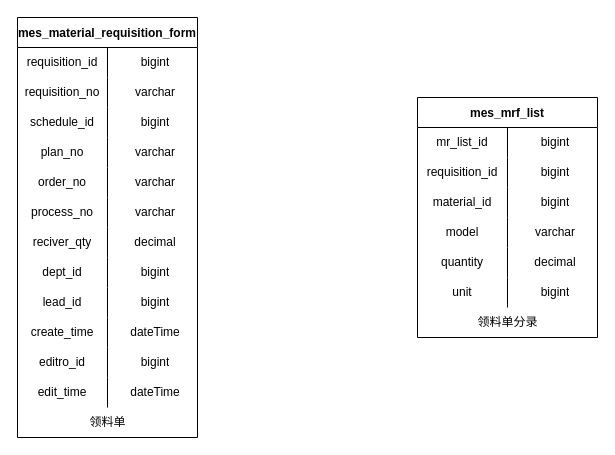
Above: page "领料单管理" (3 of 5) of 数据表.drawio in KNAI-I/test (draw.io), before the change. Source tidied: cells renumbered, new cells numbered last; positions are measured from the earlier drawing's top-left corner, leaving out a move shared by most shapes. Both pictures are drawn from the tidied source at 100%, with x=0, y=0 at pixel (17, 17).
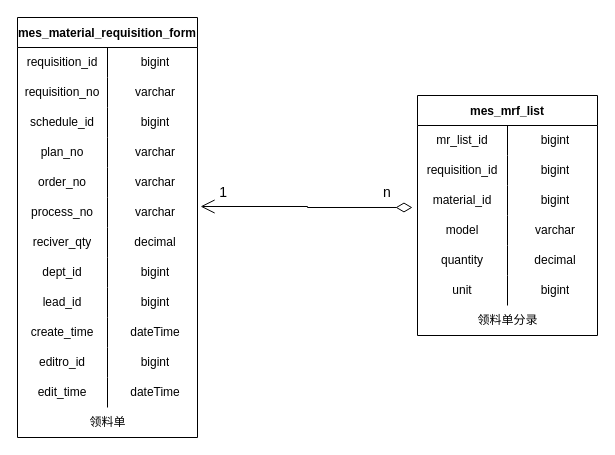
After the change.

The change refers to these unchanged cells:
```xml
<mxCell id="18" style="shape=tableRow;horizontal=0;startSize=0;swimlaneHead=0;swimlaneBody=0;top=0;left=0;bottom=0;right=0;fillColor=none;points=[[0,0.5],[1,0.5]];portConstraint=eastwest;" parent="2" vertex="1">
  <mxGeometry y="180" width="180" height="30" as="geometry" />
</mxCell>
<mxCell id="47" style="shape=tableRow;horizontal=0;startSize=0;swimlaneHead=0;swimlaneBody=0;top=0;left=0;bottom=0;right=0;fillColor=none;points=[[0,0.5],[1,0.5]];portConstraint=eastwest;" parent="40" vertex="1">
  <mxGeometry y="90" width="180" height="30" as="geometry" />
</mxCell>
```

Change to the diagram source:
```diff
@@
     <mxCell id="40" value="mes_mrf_list" style="shape=table;startSize=30;childLayout=tableLayout;rowLines=0;fontStyle=1;" parent="1" vertex="1">
-      <mxGeometry x="400" y="80" width="180" height="240" as="geometry" />
+      <mxGeometry x="400" y="78" width="180" height="240" as="geometry" />
     </mxCell>
@@
     <mxCell id="59" value="领料单分录" style="text;html=1;align=center;verticalAlign=middle;strokeColor=none;fillColor=none;" parent="1" vertex="1">
-      <mxGeometry x="450" y="290" width="80" height="30" as="geometry" />
+      <mxGeometry x="450" y="288" width="80" height="30" as="geometry" />
     </mxCell>
+    <mxCell id="60" style="endArrow=open;html=1;endSize=12;startArrow=diamondThin;startSize=14;startFill=0;edgeStyle=orthogonalEdgeStyle;rounded=0;fontSize=14;entryX=1.017;entryY=0.3;entryDx=0;entryDy=0;entryPerimeter=0;exitX=-0.028;exitY=0.733;exitDx=0;exitDy=0;exitPerimeter=0;" parent="1" edge="1" source="47" target="18">
+      <mxGeometry relative="1" as="geometry" />
+    </mxCell>
+    <mxCell id="61" value="n" style="edgeLabel;html=1;align=left;verticalAlign=top;fontSize=14;" parent="60" vertex="1">
+      <mxGeometry x="-1" relative="1" as="geometry">
+        <mxPoint x="-31" y="-30" as="offset" />
+      </mxGeometry>
+    </mxCell>
+    <mxCell id="62" value="1" style="edgeLabel;html=1;align=right;verticalAlign=top;fontSize=14;" parent="60" vertex="1">
+      <mxGeometry x="1" relative="1" as="geometry">
+        <mxPoint x="27" y="-29" as="offset" />
+      </mxGeometry>
+    </mxCell>
```
